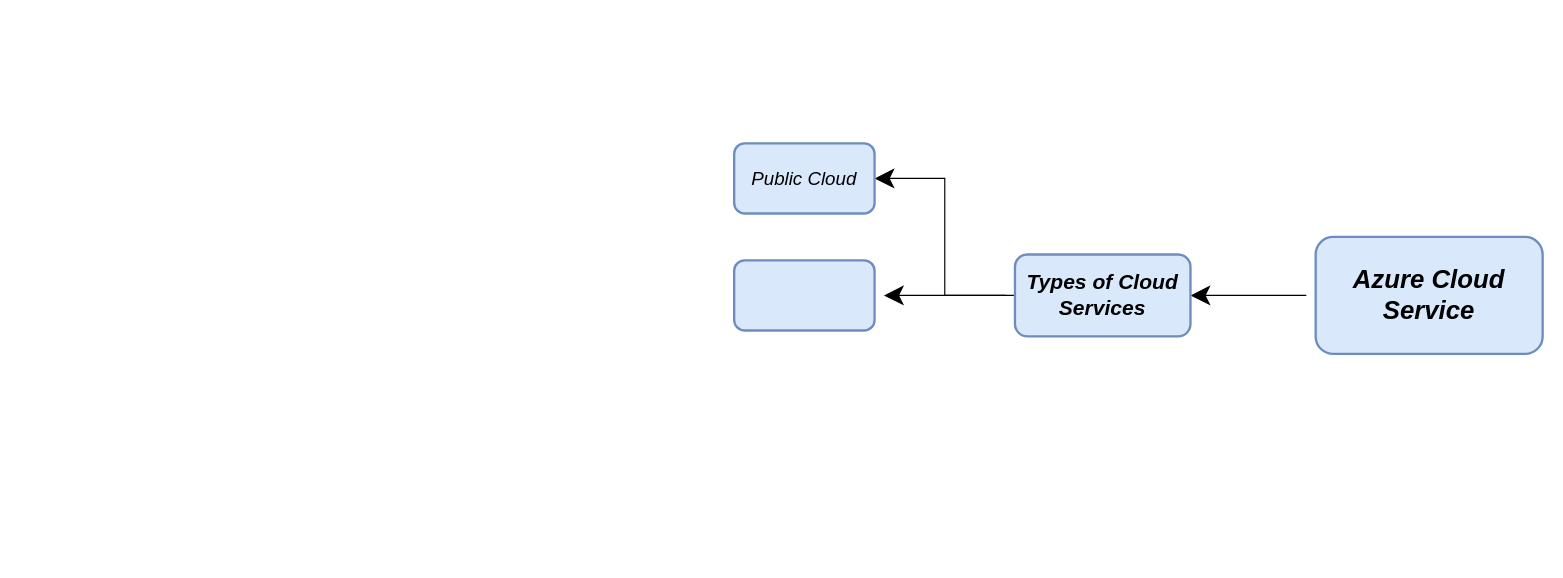
Redcouz/AzureDevOpsDiagram keeps this draw.io diagram as AzureCloud.drawio. Above is the earlier version. Source tidied: cells renumbered, new cells numbered last; positions are measured from the earlier drawing's top-left corner, leaving out a move shared by most shapes. Both pictures are drawn from the tidied source at 117%, with x=0, y=0 at pixel (734, 143).
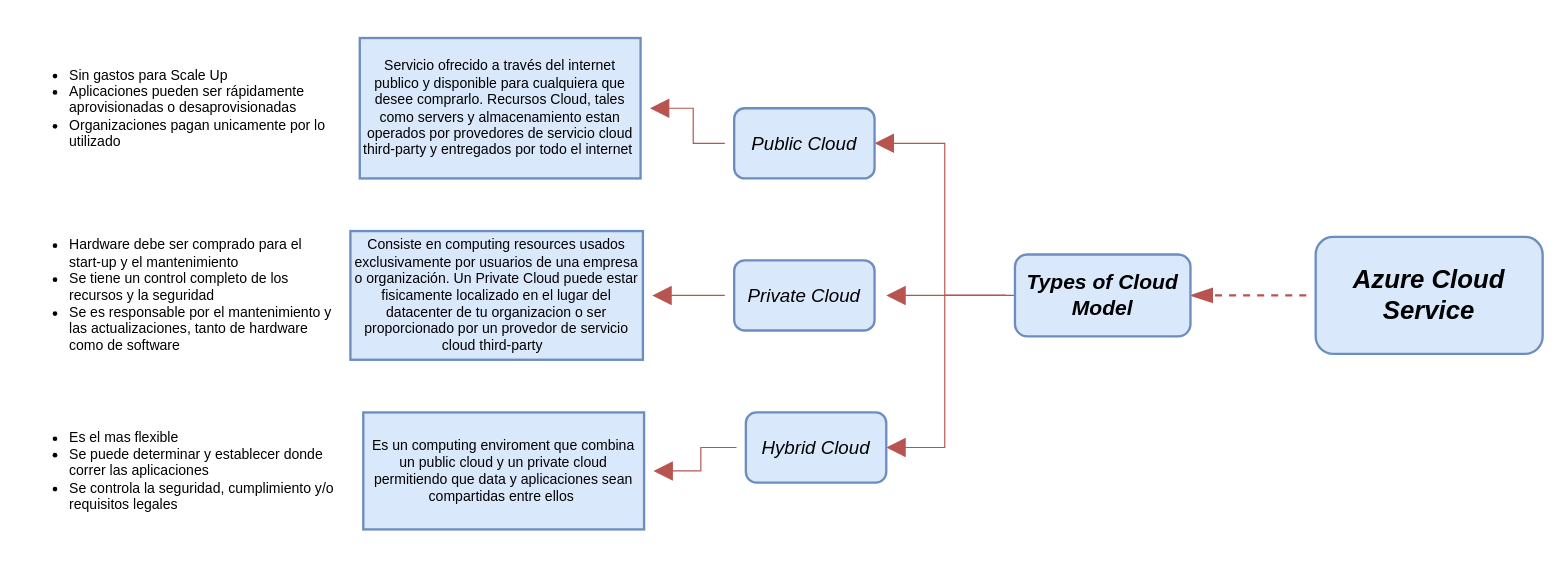
Above is the later version.

The change refers to these unchanged cells:
```xml
<mxCell id="3" value="&lt;font style=&quot;font-size: 22px&quot;&gt;&lt;b&gt;&lt;i&gt;Azure Cloud Service&lt;/i&gt;&lt;/b&gt;&lt;/font&gt;" style="rounded=1;whiteSpace=wrap;html=1;hachureGap=4;fillColor=#dae8fc;strokeColor=#6c8ebf;strokeWidth=2;" parent="1" vertex="1">
  <mxGeometry x="497" y="80" width="194" height="100" as="geometry" />
</mxCell>
```

The edit, as a diff of the source:
```diff
@@
-    <mxCell id="2" style="endArrow=classic;html=1;startSize=14;endSize=14;sourcePerimeterSpacing=8;targetPerimeterSpacing=8;rounded=0;entryX=1;entryY=0.5;entryDx=0;entryDy=0;" parent="1" edge="1" source="3" target="6">
+    <mxCell id="2" style="endArrow=blockThin;html=1;startSize=14;endSize=14;sourcePerimeterSpacing=8;targetPerimeterSpacing=8;rounded=0;entryX=1;entryY=0.5;entryDx=0;entryDy=0;endFill=1;dashed=1;strokeWidth=2;fillColor=#f8cecc;strokeColor=#b85450;" parent="1" edge="1" source="3" target="6">
       <mxGeometry relative="1" as="geometry" />
     </mxCell>
@@
-    <mxCell id="4" style="endArrow=classic;html=1;startSize=14;endSize=14;sourcePerimeterSpacing=8;targetPerimeterSpacing=8;rounded=0;entryX=1;entryY=0.5;entryDx=0;entryDy=0;exitX=0;exitY=0.5;exitDx=0;exitDy=0;" parent="1" edge="1" source="6" target="7">
+    <mxCell id="4" style="endArrow=block;html=1;startSize=14;endSize=14;sourcePerimeterSpacing=8;targetPerimeterSpacing=8;rounded=0;exitX=0;exitY=0.5;exitDx=0;exitDy=0;endFill=1;fillColor=#f8cecc;strokeColor=#b85450;entryX=1;entryY=0.5;entryDx=0;entryDy=0;" parent="1" edge="1" source="6" target="7">
       <mxGeometry relative="1" as="geometry">
         <Array as="points">
           <mxPoint x="180" y="130" />
-          <mxPoint x="180" y="30" />
+          <mxPoint x="180" />
         </Array>
       </mxGeometry>
     </mxCell>
-    <mxCell id="5" style="edgeStyle=none;rounded=0;jettySize=auto;html=1;startSize=14;endSize=14;sourcePerimeterSpacing=8;targetPerimeterSpacing=8;" parent="1" edge="1" source="6" target="8">
-      <mxGeometry relative="1" as="geometry" />
+    <mxCell id="5" style="edgeStyle=orthogonalEdgeStyle;rounded=0;jettySize=auto;html=1;startSize=14;endSize=14;sourcePerimeterSpacing=8;targetPerimeterSpacing=8;endArrow=block;endFill=1;fillColor=#f8cecc;strokeColor=#b85450;" parent="1" edge="1" source="6">
+      <mxGeometry relative="1" as="geometry">
+        <mxPoint x="130" y="130" as="targetPoint" />
+      </mxGeometry>
     </mxCell>
+    <mxCell id="9" style="edgeStyle=orthogonalEdgeStyle;rounded=0;jettySize=auto;html=1;startSize=14;endSize=14;sourcePerimeterSpacing=8;targetPerimeterSpacing=8;endArrow=block;endFill=1;fillColor=#f8cecc;strokeColor=#b85450;entryX=1;entryY=0.5;entryDx=0;entryDy=0;" parent="1" edge="1" source="6" target="13">
+      <mxGeometry relative="1" as="geometry">
+        <Array as="points">
+          <mxPoint x="180" y="130" />
+          <mxPoint x="180" y="260" />
+        </Array>
+      </mxGeometry>
+    </mxCell>
-    <mxCell id="6" value="&lt;font style=&quot;font-size: 18px&quot;&gt;&lt;b&gt;&lt;i&gt;Types of Cloud Services&lt;/i&gt;&lt;/b&gt;&lt;/font&gt;" style="whiteSpace=wrap;html=1;rounded=1;strokeColor=#6c8ebf;strokeWidth=2;fillColor=#dae8fc;hachureGap=4;" parent="1" vertex="1">
+    <mxCell id="6" value="&lt;font style=&quot;font-size: 18px&quot;&gt;&lt;b&gt;&lt;i&gt;Types of Cloud Model&lt;/i&gt;&lt;/b&gt;&lt;/font&gt;" style="whiteSpace=wrap;html=1;rounded=1;strokeColor=#6c8ebf;strokeWidth=2;fillColor=#dae8fc;hachureGap=4;" parent="1" vertex="1">
       <mxGeometry x="240" y="95" width="150" height="70" as="geometry" />
     </mxCell>
+    <mxCell id="10" style="edgeStyle=orthogonalEdgeStyle;rounded=0;jettySize=auto;html=1;startSize=14;endSize=14;sourcePerimeterSpacing=8;targetPerimeterSpacing=8;endArrow=block;endFill=1;fillColor=#f8cecc;strokeColor=#b85450;" parent="1" edge="1" source="7" target="14">
+      <mxGeometry relative="1" as="geometry" />
+    </mxCell>
     <mxCell id="7" value="&lt;font style=&quot;font-size: 16px&quot;&gt;&lt;i&gt;Public Cloud&lt;/i&gt;&lt;/font&gt;" style="whiteSpace=wrap;html=1;rounded=1;strokeColor=#6c8ebf;strokeWidth=2;fillColor=#dae8fc;hachureGap=4;" parent="1" vertex="1">
-      <mxGeometry width="120" height="60" as="geometry" />
+      <mxGeometry y="-30" width="120" height="60" as="geometry" />
     </mxCell>
+    <mxCell id="11" style="edgeStyle=orthogonalEdgeStyle;rounded=0;jettySize=auto;html=1;endArrow=block;endFill=1;startSize=14;endSize=14;sourcePerimeterSpacing=8;targetPerimeterSpacing=8;strokeWidth=1;fillColor=#f8cecc;strokeColor=#b85450;" parent="1" edge="1" source="8" target="15">
+      <mxGeometry relative="1" as="geometry" />
+    </mxCell>
-    <mxCell id="8" style="whiteSpace=wrap;html=1;rounded=1;strokeColor=#6c8ebf;strokeWidth=2;fillColor=#dae8fc;hachureGap=4;" parent="1" vertex="1">
+    <mxCell id="8" value="&lt;font style=&quot;font-size: 16px&quot;&gt;&lt;i&gt;Private Cloud&lt;/i&gt;&lt;/font&gt;" style="whiteSpace=wrap;html=1;rounded=1;strokeColor=#6c8ebf;strokeWidth=2;fillColor=#dae8fc;hachureGap=4;" parent="1" vertex="1">
       <mxGeometry y="100" width="120" height="60" as="geometry" />
     </mxCell>
+    <mxCell id="12" style="edgeStyle=orthogonalEdgeStyle;rounded=0;jettySize=auto;html=1;endArrow=block;endFill=1;startSize=14;endSize=14;sourcePerimeterSpacing=8;targetPerimeterSpacing=8;fillColor=#f8cecc;strokeColor=#b85450;" parent="1" edge="1" source="13" target="16">
+      <mxGeometry relative="1" as="geometry" />
+    </mxCell>
+    <mxCell id="13" value="&lt;i&gt;&lt;font style=&quot;font-size: 16px&quot;&gt;Hybrid Cloud&lt;/font&gt;&lt;/i&gt;" style="whiteSpace=wrap;html=1;rounded=1;strokeColor=#6c8ebf;strokeWidth=2;fillColor=#dae8fc;hachureGap=4;" parent="1" vertex="1">
+      <mxGeometry x="10" y="230" width="120" height="60" as="geometry" />
+    </mxCell>
+    <mxCell id="14" value="Servicio ofrecido a través del internet publico y disponible para cualquiera que desee comprarlo. Recursos Cloud, tales como servers y almacenamiento estan operados por provedores de servicio cloud third-party y entregados por todo el internet&amp;nbsp;" style="whiteSpace=wrap;html=1;rounded=0;strokeColor=#6c8ebf;strokeWidth=2;fillColor=#dae8fc;hachureGap=4;" parent="1" vertex="1">
+      <mxGeometry x="-320" y="-90" width="240" height="120" as="geometry" />
+    </mxCell>
+    <mxCell id="15" value="Consiste en computing resources usados exclusivamente por usuarios de una empresa o organización. Un Private Cloud puede estar fisicamente localizado en el lugar del datacenter de tu organizacion o ser proporcionado por un provedor de servicio cloud third-party&amp;nbsp;&amp;nbsp;" style="whiteSpace=wrap;html=1;rounded=0;strokeColor=#6c8ebf;strokeWidth=2;fillColor=#dae8fc;hachureGap=4;" parent="1" vertex="1">
+      <mxGeometry x="-328" y="75" width="250" height="110" as="geometry" />
+    </mxCell>
+    <mxCell id="16" value="Es un computing enviroment que combina un public cloud y un private cloud permitiendo que data y aplicaciones sean compartidas entre ellos&amp;nbsp;" style="whiteSpace=wrap;html=1;rounded=0;strokeColor=#6c8ebf;strokeWidth=2;fillColor=#dae8fc;hachureGap=4;" parent="1" vertex="1">
+      <mxGeometry x="-317" y="230" width="240" height="100" as="geometry" />
+    </mxCell>
+    <mxCell id="17" value="&lt;ul&gt;&lt;li&gt;Sin gastos para Scale Up&lt;/li&gt;&lt;li&gt;Aplicaciones pueden ser rápidamente aprovisionadas o desaprovisionadas&lt;/li&gt;&lt;li&gt;Organizaciones pagan unicamente por lo utilizado&amp;nbsp;&amp;nbsp;&lt;/li&gt;&lt;/ul&gt;" style="text;html=1;strokeColor=none;fillColor=none;align=left;verticalAlign=middle;whiteSpace=wrap;rounded=0;hachureGap=4;" parent="1" vertex="1">
+      <mxGeometry x="-610" y="-105" width="270" height="150" as="geometry" />
+    </mxCell>
+    <mxCell id="18" value="&lt;ul&gt;&lt;li&gt;Hardware debe ser comprado para el start-up y el mantenimiento&lt;/li&gt;&lt;li&gt;Se tiene un control completo de los recursos y la seguridad&lt;/li&gt;&lt;li&gt;Se es responsable por el mantenimiento y las actualizaciones, tanto de hardware como de software&lt;/li&gt;&lt;/ul&gt;" style="text;html=1;strokeColor=none;fillColor=none;align=left;verticalAlign=middle;whiteSpace=wrap;rounded=0;hachureGap=4;" parent="1" vertex="1">
+      <mxGeometry x="-610" y="55" width="270" height="150" as="geometry" />
+    </mxCell>
+    <mxCell id="19" value="&lt;ul&gt;&lt;li&gt;Es el mas flexible&lt;/li&gt;&lt;li&gt;Se puede determinar y establecer donde correr las aplicaciones&lt;/li&gt;&lt;li&gt;Se controla la seguridad, cumplimiento y/o requisitos legales&lt;/li&gt;&lt;/ul&gt;" style="text;html=1;strokeColor=none;fillColor=none;align=left;verticalAlign=middle;whiteSpace=wrap;rounded=0;hachureGap=4;" parent="1" vertex="1">
+      <mxGeometry x="-610" y="205" width="270" height="150" as="geometry" />
+    </mxCell>
```
